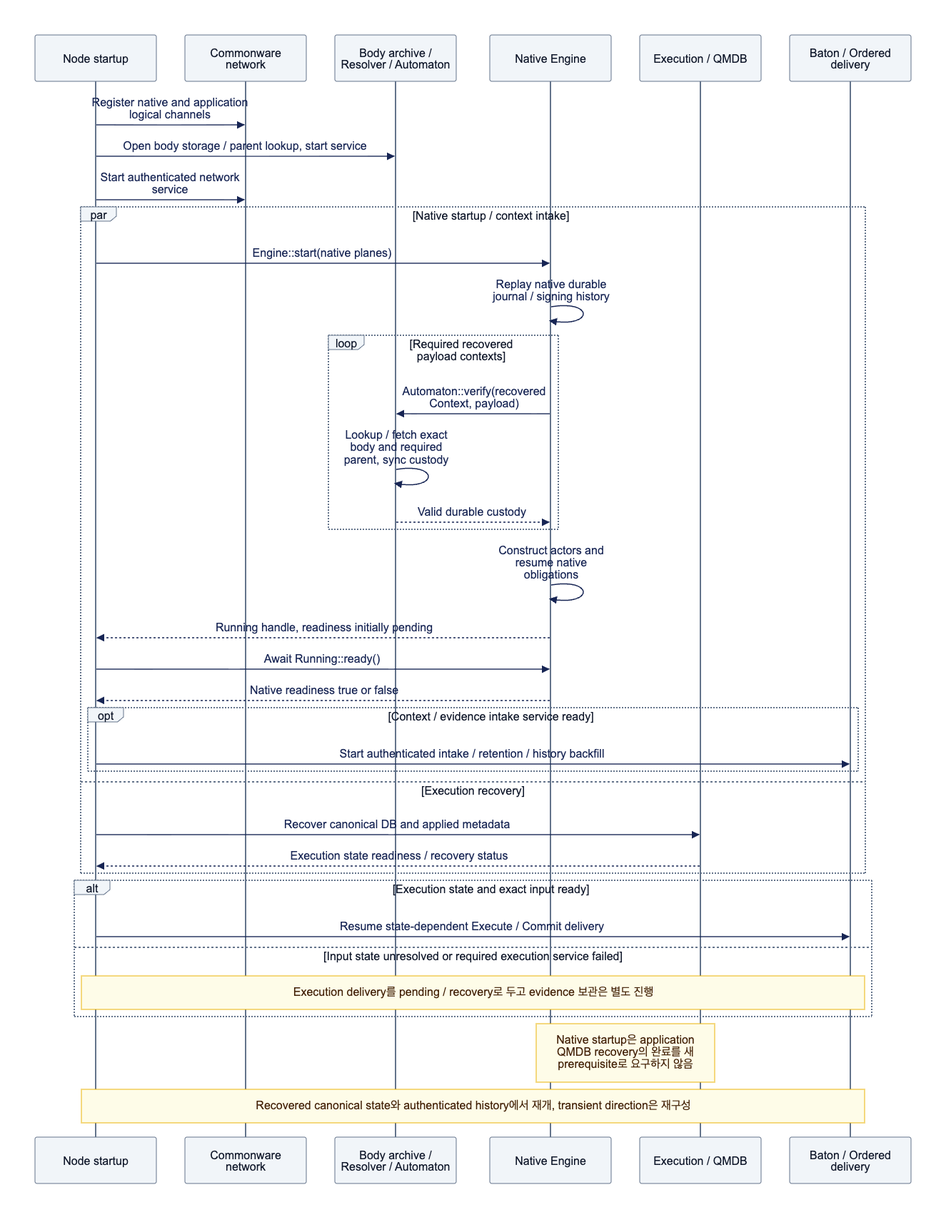
Before: assets/diagrams/diagram-13.png, a diagram exported from Mermaid (djm07073/baton-research). Its source is kept beside it as assets/diagrams/diagram-13.mmd. The source it was exported from:
```mermaid
sequenceDiagram
    participant S as Node startup
    participant W as Commonware network
    participant A as Body archive / Resolver / Automaton
    participant N as Native Engine
    participant E as Execution / QMDB
    participant B as Baton / Ordered delivery
    S->>W: Register native and application logical channels
    S->>A: Open body storage / parent lookup, start service
    S->>W: Start authenticated network service
    par Native startup / context intake
        S->>N: Engine::start(native planes)
        N->>N: Replay native durable journal / signing history
        loop Required recovered payload contexts
            N->>A: Automaton::verify(recovered Context, payload)
            A->>A: Lookup / fetch exact body and required parent, sync custody
            A-->>N: Valid durable custody
        end
        N->>N: Construct actors and resume native obligations
        N-->>S: Running handle, readiness initially pending
        S->>N: Await Running::ready()
        N-->>S: Native readiness true or false
        opt Context / evidence intake service ready
            S->>B: Start authenticated intake / retention / history backfill
        end
    and Execution recovery
        S->>E: Recover canonical DB and applied metadata
        E-->>S: Execution state readiness / recovery status
    end
    alt Execution state and exact input ready
        S->>B: Resume state-dependent Execute / Commit delivery
    else Input state unresolved or required execution service failed
        Note over S,B: Execution delivery를 pending / recovery로 두고 evidence 보관은 별도 진행
    end
    Note over N,E: Native startup은 application QMDB recovery의 완료를 새 prerequisite로 요구하지 않음
    Note over S,B: Recovered canonical state와 authenticated history에서 재개, transient direction은 재구성
```
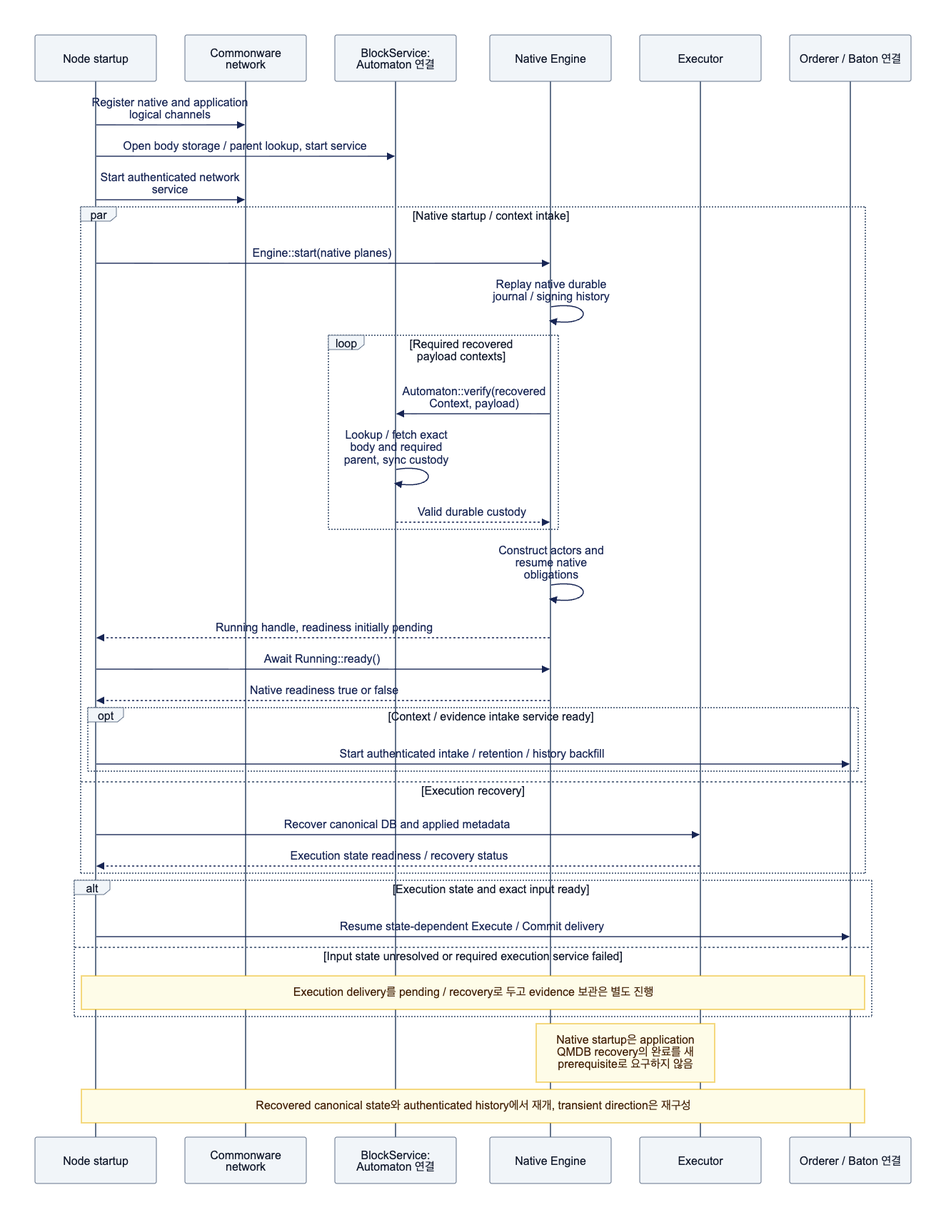
The same file after the commit.

What changed in the source:
```diff
@@ -1,10 +1,10 @@
 sequenceDiagram
     participant S as Node startup
     participant W as Commonware network
-    participant A as Body archive / Resolver / Automaton
+    participant A as BlockService: Automaton 연결
     participant N as Native Engine
-    participant E as Execution / QMDB
-    participant B as Baton / Ordered delivery
+    participant E as Executor
+    participant B as Orderer / Baton 연결
     S->>W: Register native and application logical channels
     S->>A: Open body storage / parent lookup, start service
     S->>W: Start authenticated network service
```
